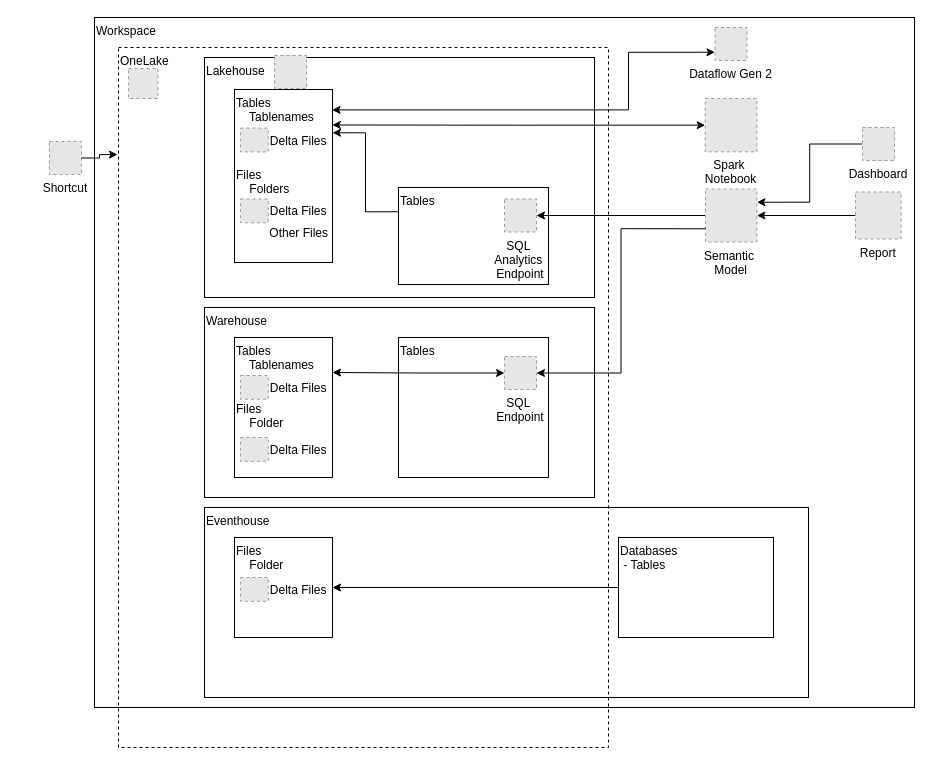
Earlier version of the draw.io diagram page "OneLake" (7 of 9) of Fabric.drawio (jugi92/useful_architectures). Source tidied: cells renumbered, new cells numbered last; positions are measured from the earlier drawing's top-left corner, leaving out a move shared by most shapes. Both pictures are drawn from the tidied source at 100%, with x=0, y=0 at pixel (49, 17). Pictures stored in the file or linked from it are replaced by grey dashed boxes.
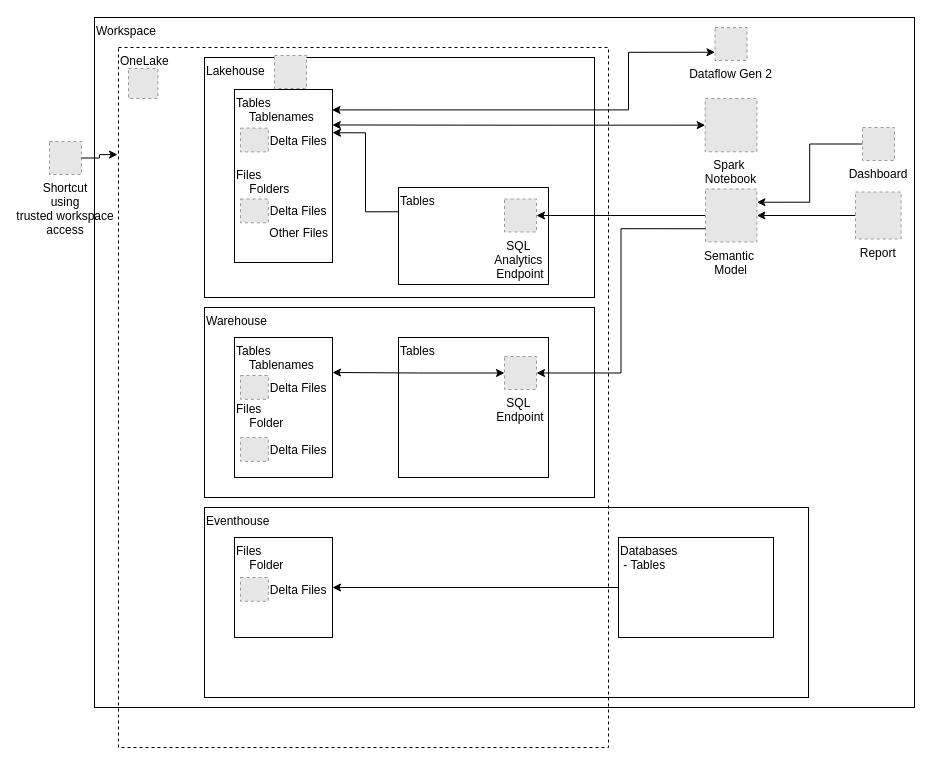
Above is the later version.

Commit message:
added cmk details

Change to the diagram source:
```diff
@@
-    <mxCell id="25" value="Shortcut" style="fillColor=#E6E6E6;strokeColor=#999999;dashed=1;verticalLabelPosition=bottom;verticalAlign=top;" parent="1" vertex="1">
+    <mxCell id="25" value="Shortcut&#10;using &#10;trusted workspace &#10;access" style="fillColor=#E6E6E6;strokeColor=#999999;dashed=1;verticalLabelPosition=bottom;verticalAlign=top;" parent="1" vertex="1">
       <mxGeometry y="124" width="32" height="33" as="geometry" />
     </mxCell>
```
